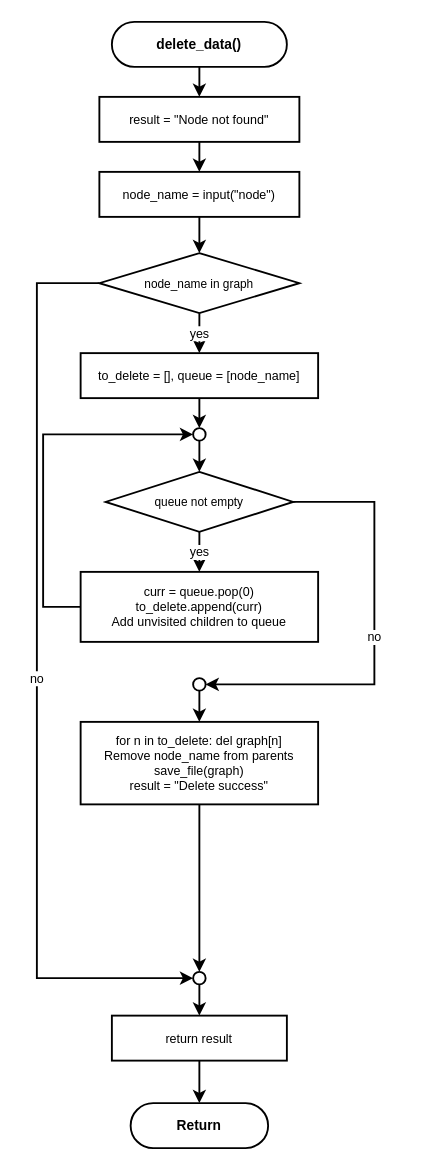
Before: program001/flowchart/09_delete_data.drawio in kittiphong064008-cyber/AI-Coding, a draw.io diagram. Source tidied: cells renumbered, new cells numbered last; positions are measured from the earlier drawing's top-left corner, leaving out a move shared by most shapes. Both pictures are drawn from the tidied source at 125%, with x=0, y=0 at pixel (36, 21).
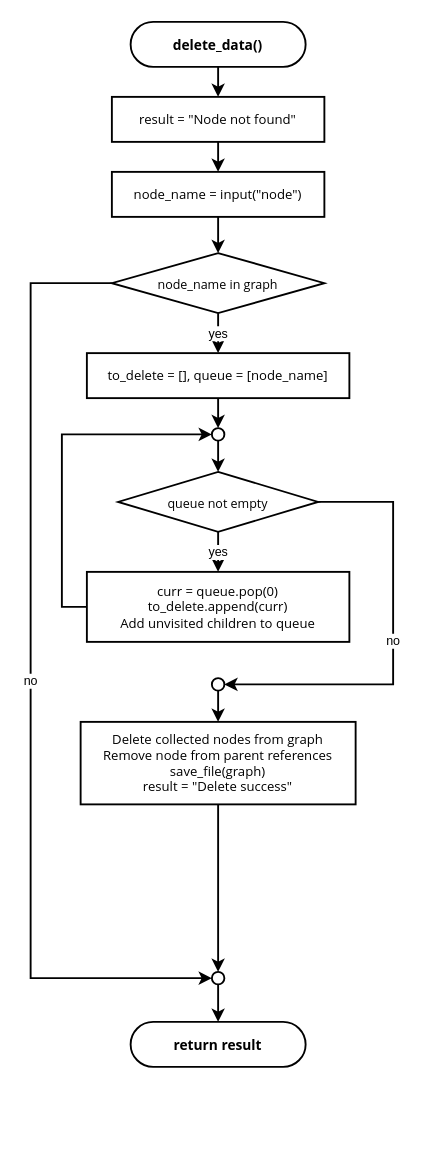
After the change.

What changed in the source:
```diff
@@
-    <mxCell id="2" value="delete_data()" style="rounded=1;whiteSpace=wrap;html=1;arcSize=50;fillColor=#ffffff;strokeColor=#000000;strokeWidth=1.5;fontSize=11;fontFamily=Helvetica;fontStyle=1;" parent="1" vertex="1">
-      <mxGeometry x="60" width="140" height="36" as="geometry" />
+    <mxCell id="2" value="delete_data()" style="rounded=1;whiteSpace=wrap;html=1;arcSize=50;fillColor=#ffffff;strokeColor=#000000;strokeWidth=1.5;fontSize=11;fontFamily=Segoe UI;fontStyle=1;" parent="1" vertex="1">
+      <mxGeometry x="75" width="140" height="36" as="geometry" />
     </mxCell>
-    <mxCell id="3" value="result = &quot;Node not found&quot;" style="rounded=0;whiteSpace=wrap;html=1;fillColor=#ffffff;strokeColor=#000000;strokeWidth=1.5;fontSize=10;fontFamily=Helvetica;" parent="1" vertex="1">
-      <mxGeometry x="50" y="60" width="160" height="36" as="geometry" />
+    <mxCell id="3" value="result = &quot;Node not found&quot;" style="rounded=0;whiteSpace=wrap;html=1;fillColor=#ffffff;strokeColor=#000000;strokeWidth=1.5;fontSize=10.5;fontFamily=Segoe UI;" parent="1" vertex="1">
+      <mxGeometry x="60" y="60" width="170" height="36" as="geometry" />
     </mxCell>
-    <mxCell id="4" value="node_name = input(&quot;node&quot;)" style="rounded=0;whiteSpace=wrap;html=1;fillColor=#ffffff;strokeColor=#000000;strokeWidth=1.5;fontSize=10;fontFamily=Helvetica;" parent="1" vertex="1">
-      <mxGeometry x="50" y="120" width="160" height="36" as="geometry" />
+    <mxCell id="4" value="node_name = input(&quot;node&quot;)" style="rounded=0;whiteSpace=wrap;html=1;fillColor=#ffffff;strokeColor=#000000;strokeWidth=1.5;fontSize=10.5;fontFamily=Segoe UI;" parent="1" vertex="1">
+      <mxGeometry x="60" y="120" width="170" height="36" as="geometry" />
     </mxCell>
-    <mxCell id="5" value="node_name in graph" style="rhombus;whiteSpace=wrap;html=1;fillColor=#ffffff;strokeColor=#000000;strokeWidth=1.5;fontSize=9.5;fontFamily=Helvetica;" parent="1" vertex="1">
-      <mxGeometry x="50" y="185" width="160" height="48" as="geometry" />
+    <mxCell id="5" value="node_name in graph" style="rhombus;whiteSpace=wrap;html=1;fillColor=#ffffff;strokeColor=#000000;strokeWidth=1.5;fontSize=10;fontFamily=Segoe UI;" parent="1" vertex="1">
+      <mxGeometry x="60" y="185" width="170" height="48" as="geometry" />
     </mxCell>
     <mxCell id="6" style="ellipse;whiteSpace=wrap;html=1;fillColor=#ffffff;strokeColor=#000000;strokeWidth=1.5;" parent="1" vertex="1">
-      <mxGeometry x="125" y="760" width="10" height="10" as="geometry" />
+      <mxGeometry x="140" y="760" width="10" height="10" as="geometry" />
     </mxCell>
-    <mxCell id="7" value="to_delete = [], queue = [node_name]" style="rounded=0;whiteSpace=wrap;html=1;fillColor=#ffffff;strokeColor=#000000;strokeWidth=1.5;fontSize=10;fontFamily=Helvetica;" parent="1" vertex="1">
-      <mxGeometry x="35" y="265" width="190" height="36" as="geometry" />
+    <mxCell id="7" value="to_delete = [], queue = [node_name]" style="rounded=0;whiteSpace=wrap;html=1;fillColor=#ffffff;strokeColor=#000000;strokeWidth=1.5;fontSize=10.5;fontFamily=Segoe UI;" parent="1" vertex="1">
+      <mxGeometry x="40" y="265" width="210" height="36" as="geometry" />
     </mxCell>
     <mxCell id="8" style="ellipse;whiteSpace=wrap;html=1;fillColor=#ffffff;strokeColor=#000000;strokeWidth=1.5;" parent="1" vertex="1">
-      <mxGeometry x="125" y="325" width="10" height="10" as="geometry" />
+      <mxGeometry x="140" y="325" width="10" height="10" as="geometry" />
     </mxCell>
-    <mxCell id="9" value="queue not empty" style="rhombus;whiteSpace=wrap;html=1;fillColor=#ffffff;strokeColor=#000000;strokeWidth=1.5;fontSize=9.5;fontFamily=Helvetica;" parent="1" vertex="1">
-      <mxGeometry x="55" y="360" width="150" height="48" as="geometry" />
+    <mxCell id="9" value="queue not empty" style="rhombus;whiteSpace=wrap;html=1;fillColor=#ffffff;strokeColor=#000000;strokeWidth=1.5;fontSize=10;fontFamily=Segoe UI;" parent="1" vertex="1">
+      <mxGeometry x="65" y="360" width="160" height="48" as="geometry" />
     </mxCell>
-    <mxCell id="10" value="curr = queue.pop(0)&#10;to_delete.append(curr)&#10;Add unvisited children to queue" style="rounded=0;whiteSpace=wrap;html=1;fillColor=#ffffff;strokeColor=#000000;strokeWidth=1.5;fontSize=10;fontFamily=Helvetica;" parent="1" vertex="1">
-      <mxGeometry x="35" y="440" width="190" height="56" as="geometry" />
+    <mxCell id="10" value="curr = queue.pop(0)&#10;to_delete.append(curr)&#10;Add unvisited children to queue" style="rounded=0;whiteSpace=wrap;html=1;fillColor=#ffffff;strokeColor=#000000;strokeWidth=1.5;fontSize=10.5;fontFamily=Segoe UI;" parent="1" vertex="1">
+      <mxGeometry x="40" y="440" width="210" height="56" as="geometry" />
     </mxCell>
     <mxCell id="11" style="ellipse;whiteSpace=wrap;html=1;fillColor=#ffffff;strokeColor=#000000;strokeWidth=1.5;" parent="1" vertex="1">
-      <mxGeometry x="125" y="525" width="10" height="10" as="geometry" />
+      <mxGeometry x="140" y="525" width="10" height="10" as="geometry" />
     </mxCell>
-    <mxCell id="12" value="for n in to_delete: del graph[n]&#10;Remove node_name from parents&#10;save_file(graph)&#10;result = &quot;Delete success&quot;" style="rounded=0;whiteSpace=wrap;html=1;fillColor=#ffffff;strokeColor=#000000;strokeWidth=1.5;fontSize=10;fontFamily=Helvetica;" parent="1" vertex="1">
-      <mxGeometry x="35" y="560" width="190" height="66" as="geometry" />
+    <mxCell id="12" value="Delete collected nodes from graph&#10;Remove node from parent references&#10;save_file(graph)&#10;result = &quot;Delete success&quot;" style="rounded=0;whiteSpace=wrap;html=1;fillColor=#ffffff;strokeColor=#000000;strokeWidth=1.5;fontSize=10.5;fontFamily=Segoe UI;" parent="1" vertex="1">
+      <mxGeometry x="35" y="560" width="220" height="66" as="geometry" />
     </mxCell>
-    <mxCell id="13" value="return result" style="rounded=0;whiteSpace=wrap;html=1;fillColor=#ffffff;strokeColor=#000000;strokeWidth=1.5;fontSize=10;fontFamily=Helvetica;" parent="1" vertex="1">
-      <mxGeometry x="60" y="795" width="140" height="36" as="geometry" />
-    </mxCell>
-    <mxCell id="14" value="Return" style="rounded=1;whiteSpace=wrap;html=1;arcSize=50;fillColor=#ffffff;strokeColor=#000000;strokeWidth=1.5;fontSize=11;fontFamily=Helvetica;fontStyle=1;" parent="1" vertex="1">
-      <mxGeometry x="75" y="865" width="110" height="36" as="geometry" />
+    <mxCell id="14" value="return result" style="rounded=1;whiteSpace=wrap;html=1;arcSize=50;fillColor=#ffffff;strokeColor=#000000;strokeWidth=1.5;fontSize=11;fontFamily=Segoe UI;fontStyle=1;" parent="1" vertex="1">
+      <mxGeometry x="75" y="800" width="140" height="36" as="geometry" />
     </mxCell>
@@
     <mxCell id="18" value="no" style="edgeStyle=orthogonalEdgeStyle;rounded=0;jettySize=auto;html=1;strokeWidth=1.5;strokeColor=#000000;fontSize=10;fontColor=#000000;exitX=0;exitY=0.5;exitDx=0;exitDy=0;entryX=0;entryY=0.5;entryDx=0;entryDy=0;" parent="1" edge="1" source="5" target="6">
       <mxGeometry relative="1" as="geometry">
         <Array as="points">
-          <mxPoint y="209" />
-          <mxPoint y="765" />
+          <mxPoint x="-5" y="209" />
+          <mxPoint x="-5" y="765" />
         </Array>
       </mxGeometry>
     </mxCell>
@@
     <mxCell id="23" style="edgeStyle=orthogonalEdgeStyle;rounded=0;jettySize=auto;html=1;strokeWidth=1.5;strokeColor=#000000;fontSize=10;fontColor=#000000;exitX=0;exitY=0.5;exitDx=0;exitDy=0;entryX=0;entryY=0.5;entryDx=0;entryDy=0;" parent="1" edge="1" source="10" target="8">
       <mxGeometry relative="1" as="geometry">
         <Array as="points">
-          <mxPoint x="5" y="468" />
-          <mxPoint x="5" y="330" />
+          <mxPoint x="20" y="468" />
+          <mxPoint x="20" y="330" />
         </Array>
       </mxGeometry>
     </mxCell>
     <mxCell id="24" value="no" style="edgeStyle=orthogonalEdgeStyle;rounded=0;jettySize=auto;html=1;strokeWidth=1.5;strokeColor=#000000;fontSize=10;fontColor=#000000;exitX=1;exitY=0.5;exitDx=0;exitDy=0;entryX=1;entryY=0.5;entryDx=0;entryDy=0;" parent="1" edge="1" source="9" target="11">
       <mxGeometry relative="1" as="geometry">
         <Array as="points">
-          <mxPoint x="270" y="384" />
-          <mxPoint x="270" y="530" />
+          <mxPoint x="285" y="384" />
+          <mxPoint x="285" y="530" />
         </Array>
       </mxGeometry>
     </mxCell>
@@
-    <mxCell id="27" style="edgeStyle=orthogonalEdgeStyle;rounded=0;jettySize=auto;html=1;strokeWidth=1.5;strokeColor=#000000;fontSize=10;fontColor=#000000;" parent="1" edge="1" source="6" target="13">
+    <mxCell id="27" style="edgeStyle=orthogonalEdgeStyle;rounded=0;jettySize=auto;html=1;strokeWidth=1.5;strokeColor=#000000;fontSize=10;fontColor=#000000;" parent="1" edge="1" source="6" target="14">
       <mxGeometry relative="1" as="geometry" />
     </mxCell>
-    <mxCell id="28" style="edgeStyle=orthogonalEdgeStyle;rounded=0;jettySize=auto;html=1;strokeWidth=1.5;strokeColor=#000000;fontSize=10;fontColor=#000000;" parent="1" edge="1" source="13" target="14">
-      <mxGeometry relative="1" as="geometry" />
-    </mxCell>
```
